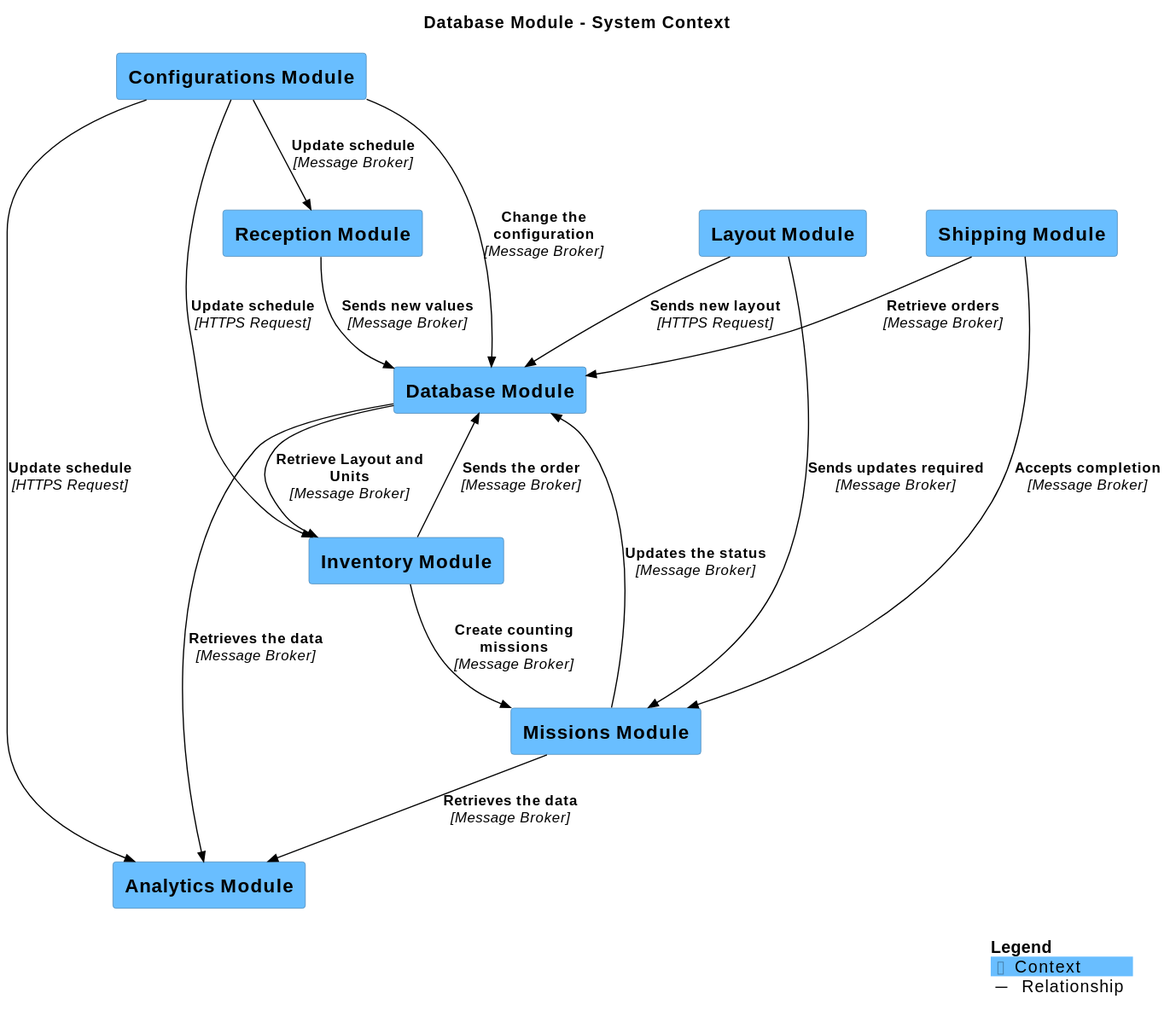
Before: main/svg/SystemContext-001.svg, a diagram exported from PlantUML (SLC-wms/DSL-Architecture). Its source is kept beside it as main/puml/SystemContext-001.puml.
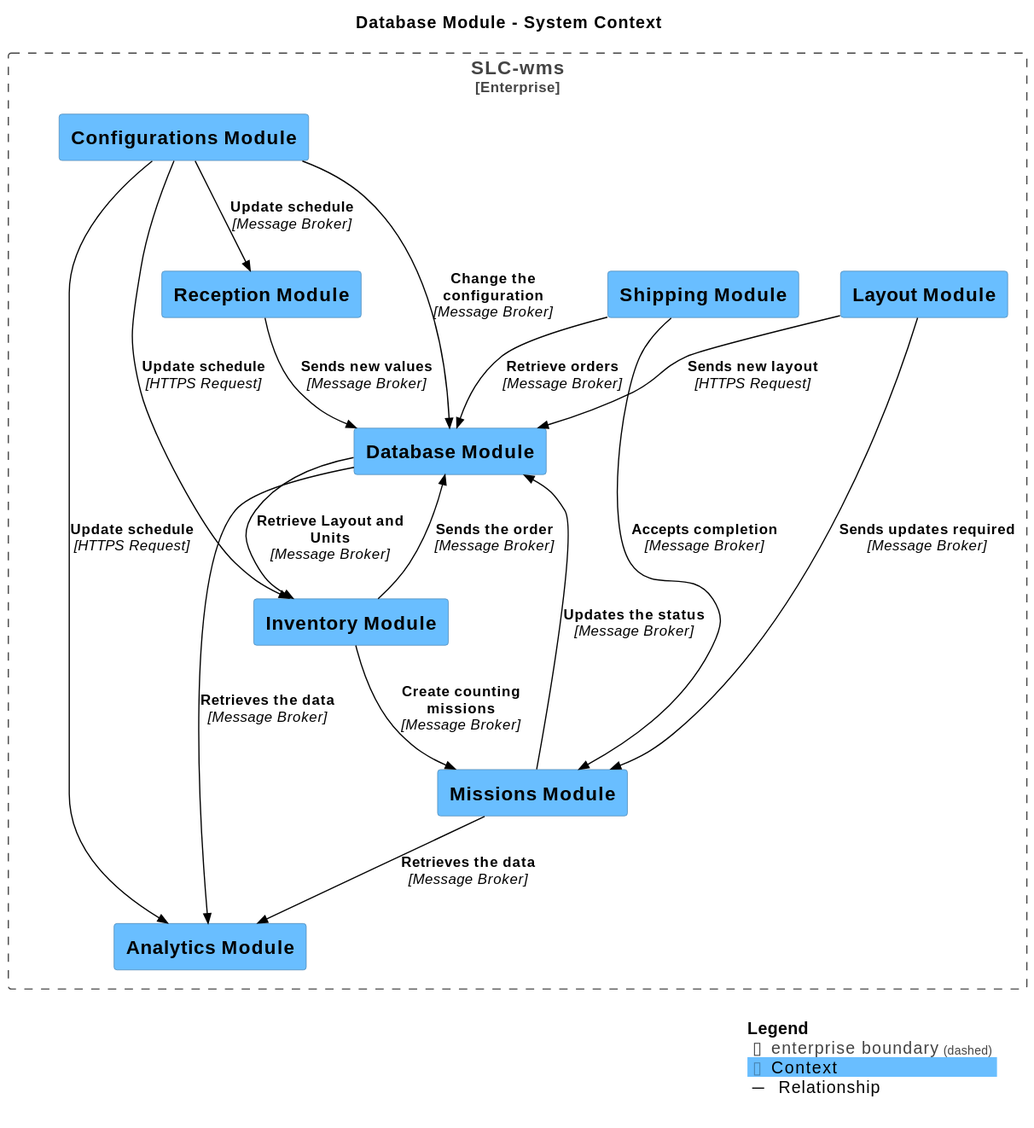
The same file after the commit.

Diff of the diagram source:
```diff
@@ -11,14 +11,17 @@
 
 AddRelTag("Relationship", $textColor="#000000", $lineColor="#000000", $lineStyle = "")
 
-System(ReceptionModule, "Reception Module", $descr="", $tags="Context", $link="")
-System(LayoutModule, "Layout Module", $descr="", $tags="Context", $link="")
-System(ShippingModule, "Shipping Module", $descr="", $tags="Context", $link="")
-System(AnalyticsModule, "Analytics Module", $descr="", $tags="Context", $link="")
-System(ConfigurationsModule, "Configurations Module", $descr="", $tags="Context", $link="")
-System(DatabaseModule, "Database Module", $descr="", $tags="Context", $link="")
-System(MissionsModule, "Missions Module", $descr="", $tags="Context", $link="")
-System(InventoryModule, "Inventory Module", $descr="", $tags="Context", $link="")
+Enterprise_Boundary(enterprise, "SLC-wms") {
+  System(ReceptionModule, "Reception Module", $descr="", $tags="Context", $link="")
+  System(LayoutModule, "Layout Module", $descr="", $tags="Context", $link="")
+  System(ShippingModule, "Shipping Module", $descr="", $tags="Context", $link="")
+  System(AnalyticsModule, "Analytics Module", $descr="", $tags="Context", $link="")
+  System(ConfigurationsModule, "Configurations Module", $descr="", $tags="Context", $link="")
+  System(DatabaseModule, "Database Module", $descr="", $tags="Context", $link="")
+  System(MissionsModule, "Missions Module", $descr="", $tags="Context", $link="")
+  System(InventoryModule, "Inventory Module", $descr="", $tags="Context", $link="")
+}
+
 
 Rel_D(ShippingModule, DatabaseModule, "Retrieve orders", $techn="Message Broker", $tags="Relationship", $link="")
 Rel_D(ShippingModule, MissionsModule, "Accepts completion", $techn="Message Broker", $tags="Relationship", $link="")
```
